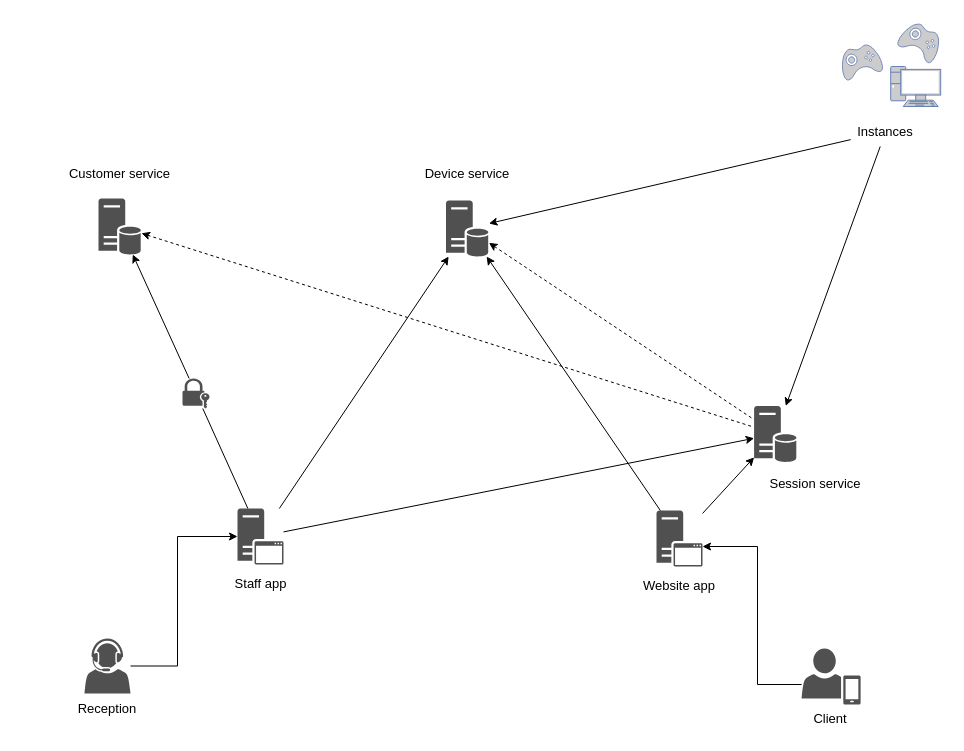
The draw.io diagram page "Application" (1 of 6) of General.drawio in phobiavr/phober-diagram, before the edit. Source tidied: cells renumbered, new cells numbered last; positions are measured from the earlier drawing's top-left corner, leaving out a move shared by most shapes. Both pictures are drawn from the tidied source at 100%, with x=0, y=0 at pixel (57, 18).
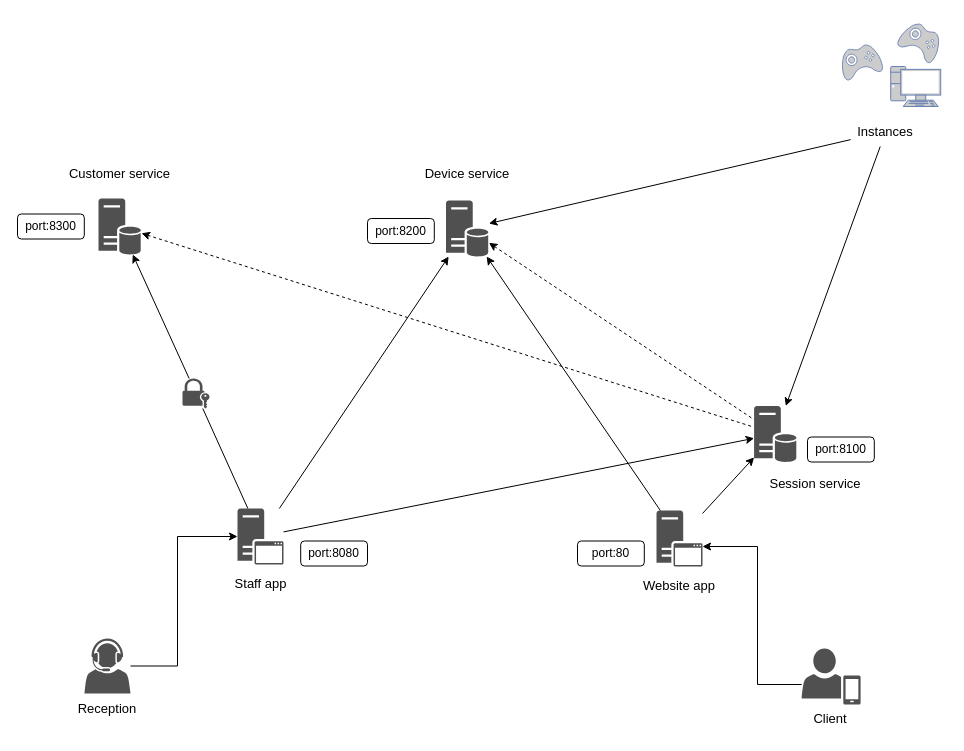
Above is the later version.

Unchanged cells that the change refers to:
```xml
<mxCell id="18" style="group;" parent="1" vertex="1">
  <mxGeometry y="140" width="125" height="96" as="geometry" />
</mxCell>
<mxCell id="38" style="group;" parent="1" vertex="1">
  <mxGeometry x="690" y="387.5" width="136.2" height="92.5" as="geometry" />
</mxCell>
```

What changed in the source:
```diff
@@
+    <mxCell id="43" value="port:8300" style="rounded=1;whiteSpace=wrap;html=1;" parent="18" vertex="1">
+      <mxGeometry x="-40" y="55.5" width="66.8" height="25" as="geometry" />
+    </mxCell>
@@
+    <mxCell id="44" value="port:8100" style="rounded=1;whiteSpace=wrap;html=1;" parent="38" vertex="1">
+      <mxGeometry x="60" y="31" width="66.8" height="25" as="geometry" />
+    </mxCell>
@@
+    <mxCell id="45" value="port:8080" style="rounded=1;whiteSpace=wrap;html=1;" parent="1" vertex="1">
+      <mxGeometry x="243.2" y="522.5" width="66.8" height="25" as="geometry" />
+    </mxCell>
+    <mxCell id="46" value="port:80" style="rounded=1;whiteSpace=wrap;html=1;" parent="1" vertex="1">
+      <mxGeometry x="520" y="522.5" width="66.8" height="25" as="geometry" />
+    </mxCell>
+    <mxCell id="47" value="port:8200" style="rounded=1;whiteSpace=wrap;html=1;" parent="1" vertex="1">
+      <mxGeometry x="310" y="200" width="66.8" height="25" as="geometry" />
+    </mxCell>
```
